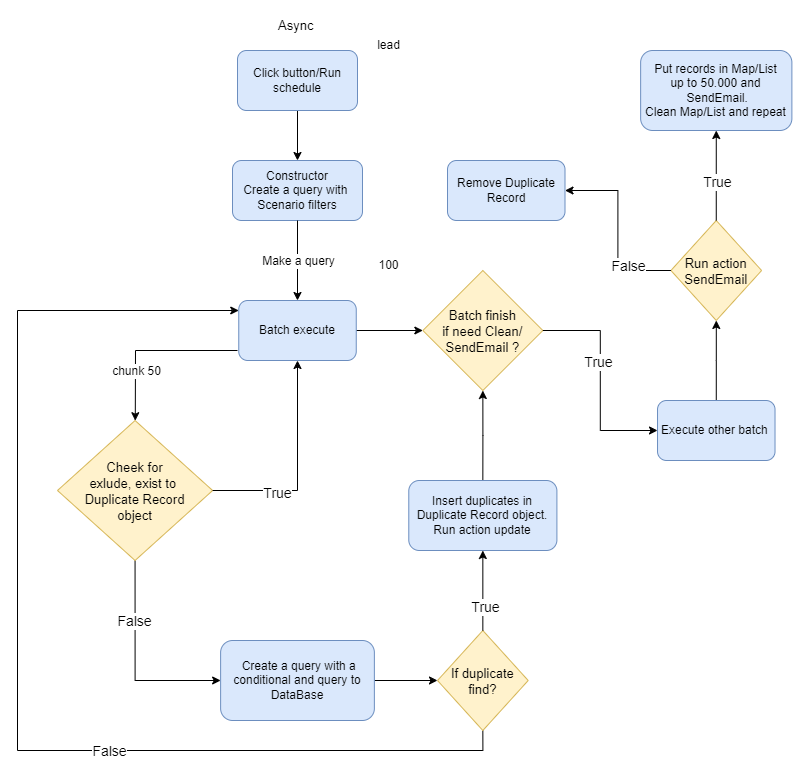
Before: assets/search-duplicates-async.png, a diagram exported from draw.io (vovantais/Presentation-Duplicates-Application). Source tidied: cells renumbered, new cells last; positions are measured from the earlier drawing's top-left corner, leaving out a move shared by most shapes.
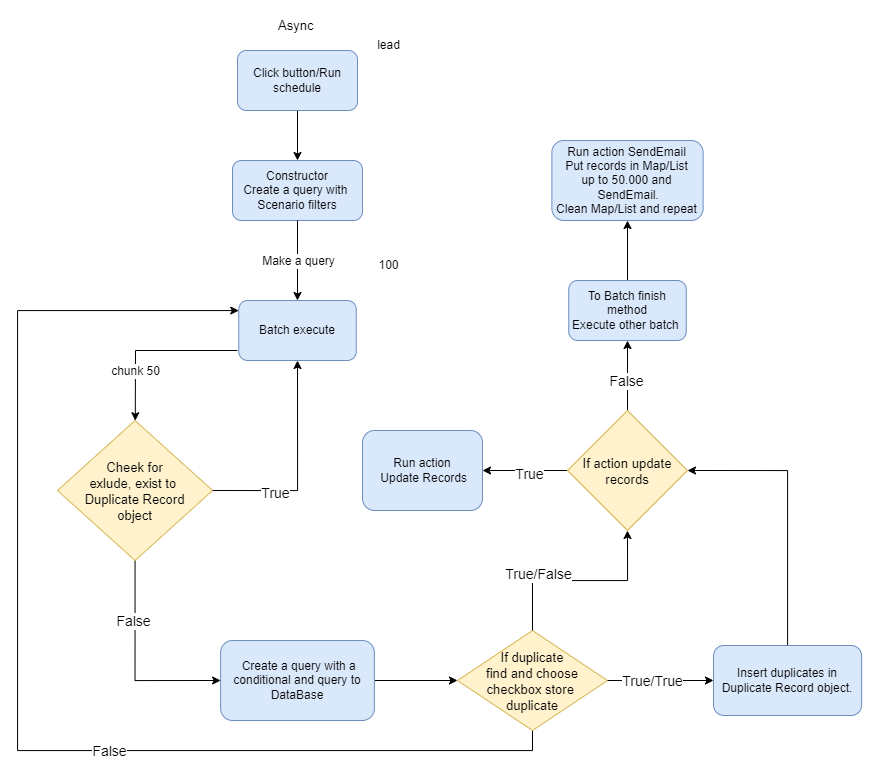
Above is the later version.

The edit, as a diff of the source:
```diff
@@ -11,9 +11,6 @@
     <mxCell id="4" value="Constructor&lt;br&gt;Create a query with&amp;nbsp;&lt;br&gt;Scenario filters" style="rounded=1;whiteSpace=wrap;html=1;fillColor=#DAE8FC;strokeColor=#6c8ebf;" parent="1" vertex="1">
       <mxGeometry x="215" y="150" width="130" height="60" as="geometry" />
     </mxCell>
-    <mxCell id="5" style="edgeStyle=orthogonalEdgeStyle;rounded=0;jettySize=auto;html=1;entryX=0;entryY=0.5;entryDx=0;entryDy=0;fontSize=12;fontColor=#000000;" parent="1" edge="1" source="6" target="25">
-      <mxGeometry relative="1" as="geometry" />
-    </mxCell>
     <mxCell id="6" value="Batch execute" style="rounded=1;whiteSpace=wrap;html=1;fillColor=#dae8fc;strokeColor=#6c8ebf;" parent="1" vertex="1">
       <mxGeometry x="221.2" y="290" width="117.5" height="60" as="geometry" />
     </mxCell>
@@ -36,12 +33,6 @@
         <mxPoint x="-16" y="20" as="offset" />
       </mxGeometry>
     </mxCell>
-    <mxCell id="11" style="edgeStyle=orthogonalEdgeStyle;rounded=0;jettySize=auto;html=1;exitX=0.5;exitY=0;exitDx=0;exitDy=0;entryX=0.5;entryY=1;entryDx=0;entryDy=0;fontSize=12;fontColor=#000000;" parent="1" edge="1" source="12" target="25">
-      <mxGeometry relative="1" as="geometry" />
-    </mxCell>
-    <mxCell id="12" value="&lt;font style=&quot;font-size: 12px;&quot;&gt;Insert duplicates in Duplicate Record object.&lt;br&gt;Run action update&lt;/font&gt;" style="rounded=1;whiteSpace=wrap;html=1;fillColor=#dae8fc;strokeColor=#6c8ebf;" parent="1" vertex="1">
-      <mxGeometry x="391.3" y="470" width="148.1" height="70" as="geometry" />
-    </mxCell>
     <mxCell id="13" style="endArrow=classic;html=1;rounded=0;fontFamily=Helvetica;fontSize=12;exitX=0.5;exitY=1;exitDx=0;exitDy=0;" parent="1" edge="1" source="4" target="6">
       <mxGeometry relative="1" as="geometry" />
     </mxCell>
@@ -72,70 +63,75 @@
     <mxCell id="22" value="Async&amp;nbsp;" style="text;html=1;align=center;verticalAlign=middle;strokeColor=none;fillColor=none;fontSize=13;" parent="1" vertex="1">
       <mxGeometry x="250" width="60" height="30" as="geometry" />
     </mxCell>
-    <mxCell id="23" style="edgeStyle=orthogonalEdgeStyle;rounded=0;jettySize=auto;html=1;exitX=0.5;exitY=0;exitDx=0;exitDy=0;" parent="1" edge="1" source="24" target="33">
-      <mxGeometry relative="1" as="geometry" />
-    </mxCell>
+    <mxCell id="40" style="edgeStyle=orthogonalEdgeStyle;rounded=0;jettySize=auto;html=1;exitX=0.5;exitY=0;exitDx=0;exitDy=0;entryX=0.5;entryY=1;entryDx=0;entryDy=0;" parent="1" edge="1" source="24" target="36">
+      <mxGeometry relative="1" as="geometry" />
+    </mxCell>
-    <mxCell id="24" value="Execute other batch&amp;nbsp;" style="rounded=1;whiteSpace=wrap;html=1;fillColor=#dae8fc;strokeColor=#6c8ebf;" parent="1" vertex="1">
-      <mxGeometry x="640" y="390" width="117.5" height="60" as="geometry" />
+    <mxCell id="24" value="To Batch finish method&lt;br&gt;Execute other batch&amp;nbsp;" style="rounded=1;whiteSpace=wrap;html=1;fillColor=#dae8fc;strokeColor=#6c8ebf;" parent="1" vertex="1">
+      <mxGeometry x="551.2" y="270" width="117.5" height="60" as="geometry" />
     </mxCell>
-    <mxCell id="25" value="Batch finish&#10;if need Clean/&#10;SendEmail ?" style="rhombus;fontSize=13;fillColor=#fff2cc;strokeColor=#d6b656;" parent="1" vertex="1">
-      <mxGeometry x="405.4" y="260" width="120" height="120" as="geometry" />
-    </mxCell>
-    <mxCell id="26" style="edgeStyle=orthogonalEdgeStyle;rounded=0;jettySize=auto;html=1;entryX=0;entryY=0.5;entryDx=0;entryDy=0;fontSize=14;exitX=1;exitY=0.5;exitDx=0;exitDy=0;" parent="1" edge="1" source="25" target="24">
-      <mxGeometry relative="1" as="geometry" />
-    </mxCell>
-    <mxCell id="27" value="True" style="edgeLabel;html=1;align=center;verticalAlign=middle;fontSize=14;" parent="26" vertex="1">
-      <mxGeometry x="-0.41" y="-2" relative="1" as="geometry">
-        <mxPoint x="-1" y="24" as="offset" />
-      </mxGeometry>
-    </mxCell>
     <mxCell id="28" style="edgeStyle=orthogonalEdgeStyle;rounded=0;jettySize=auto;html=1;exitX=0.5;exitY=1;exitDx=0;exitDy=0;fontSize=12;fontColor=#000000;" parent="1" edge="1" source="29" target="6">
       <mxGeometry relative="1" as="geometry">
         <Array as="points">
-          <mxPoint x="465" y="740" />
+          <mxPoint x="515" y="740" />
           <mxPoint y="740" />
           <mxPoint y="300" />
         </Array>
       </mxGeometry>
     </mxCell>
-    <mxCell id="29" value="If duplicate&#10;find?" style="rhombus;fontSize=13;fillColor=#fff2cc;strokeColor=#d6b656;" parent="1" vertex="1">
-      <mxGeometry x="420" y="620" width="90.7" height="100" as="geometry" />
+    <mxCell id="29" value="If duplicate&#10;find and choose&#10;checkbox store &#10;duplicate" style="rhombus;fontSize=13;fillColor=#fff2cc;strokeColor=#d6b656;" parent="1" vertex="1">
+      <mxGeometry x="440" y="620" width="150" height="100" as="geometry" />
     </mxCell>
-    <mxCell id="30" style="edgeStyle=orthogonalEdgeStyle;rounded=0;jettySize=auto;html=1;entryX=0.5;entryY=1;entryDx=0;entryDy=0;fontSize=14;exitX=0.5;exitY=0;exitDx=0;exitDy=0;" parent="1" edge="1" source="29" target="12">
+    <mxCell id="30" style="edgeStyle=orthogonalEdgeStyle;rounded=0;jettySize=auto;html=1;entryX=0.5;entryY=1;entryDx=0;entryDy=0;fontSize=14;exitX=0.5;exitY=0;exitDx=0;exitDy=0;" parent="1" edge="1" source="29" target="47">
       <mxGeometry relative="1" as="geometry" />
     </mxCell>
-    <mxCell id="31" value="True" style="edgeLabel;html=1;align=center;verticalAlign=middle;fontSize=14;" parent="30" vertex="1">
-      <mxGeometry x="-0.41" y="-2" relative="1" as="geometry" />
+    <mxCell id="31" value="True/False" style="edgeLabel;html=1;align=center;verticalAlign=middle;fontSize=14;" parent="30" vertex="1">
+      <mxGeometry x="-0.41" y="-2" relative="1" as="geometry">
+        <mxPoint x="-2" y="-9" as="offset" />
+      </mxGeometry>
     </mxCell>
     <mxCell id="32" value="False" style="edgeLabel;html=1;align=center;verticalAlign=middle;fontSize=14;" parent="1" vertex="1">
       <mxGeometry x="70" y="650" as="geometry">
         <mxPoint x="21" y="90" as="offset" />
       </mxGeometry>
     </mxCell>
-    <mxCell id="33" value="Run action&#10;SendEmail" style="rhombus;fontSize=13;fillColor=#fff2cc;strokeColor=#d6b656;" parent="1" vertex="1">
-      <mxGeometry x="653.4" y="210" width="90.7" height="100" as="geometry" />
-    </mxCell>
-    <mxCell id="34" style="edgeStyle=orthogonalEdgeStyle;rounded=0;jettySize=auto;html=1;fontSize=14;exitX=0.5;exitY=0;exitDx=0;exitDy=0;entryX=0.5;entryY=1;entryDx=0;entryDy=0;" parent="1" edge="1" source="33" target="36">
-      <mxGeometry relative="1" as="geometry" />
-    </mxCell>
-    <mxCell id="35" value="True" style="edgeLabel;html=1;align=center;verticalAlign=middle;fontSize=14;" parent="34" vertex="1">
-      <mxGeometry x="-0.41" y="-2" relative="1" as="geometry">
-        <mxPoint x="-2" y="-13" as="offset" />
-      </mxGeometry>
-    </mxCell>
-    <mxCell id="36" value="Put records in Map/List &lt;br&gt;up to 50.000 and&lt;br&gt;&amp;nbsp;SendEmail.&lt;br&gt;Clean Map/List and repeat" style="rounded=1;whiteSpace=wrap;html=1;fillColor=#dae8fc;strokeColor=#6c8ebf;" parent="1" vertex="1">
-      <mxGeometry x="623.1" y="40" width="151.2" height="80" as="geometry" />
+    <mxCell id="36" value="Run action SendEmail&lt;br&gt;Put records in Map/List &lt;br&gt;up to 50.000 and&lt;br&gt;&amp;nbsp;SendEmail.&lt;br&gt;Clean Map/List and repeat" style="rounded=1;whiteSpace=wrap;html=1;fillColor=#dae8fc;strokeColor=#6c8ebf;" parent="1" vertex="1">
+      <mxGeometry x="534.4" y="130" width="151.2" height="80" as="geometry" />
     </mxCell>
-    <mxCell id="37" style="edgeStyle=orthogonalEdgeStyle;rounded=0;jettySize=auto;html=1;fontSize=14;exitX=0;exitY=0.5;exitDx=0;exitDy=0;entryX=1;entryY=0.5;entryDx=0;entryDy=0;" parent="1" edge="1" source="33" target="39">
-      <mxGeometry relative="1" as="geometry" />
-    </mxCell>
+    <mxCell id="41" style="edgeStyle=orthogonalEdgeStyle;rounded=0;jettySize=auto;html=1;exitX=0.5;exitY=0;exitDx=0;exitDy=0;entryX=1;entryY=0.5;entryDx=0;entryDy=0;" parent="1" edge="1" source="42" target="47">
+      <mxGeometry relative="1" as="geometry" />
+    </mxCell>
+    <mxCell id="42" value="&lt;font style=&quot;font-size: 12px;&quot;&gt;&lt;br&gt;Insert duplicates in Duplicate Record object.&lt;br&gt;&lt;br&gt;&lt;/font&gt;" style="rounded=1;whiteSpace=wrap;html=1;fillColor=#dae8fc;strokeColor=#6c8ebf;" parent="1" vertex="1">
+      <mxGeometry x="696" y="635" width="148.1" height="70" as="geometry" />
+    </mxCell>
+    <mxCell id="43" style="edgeStyle=orthogonalEdgeStyle;rounded=0;jettySize=auto;html=1;entryX=0;entryY=0.5;entryDx=0;entryDy=0;fontSize=14;exitX=1;exitY=0.5;exitDx=0;exitDy=0;" parent="1" edge="1" source="29" target="42">
+      <mxGeometry relative="1" as="geometry" />
+    </mxCell>
+    <mxCell id="44" value="True/True" style="edgeLabel;html=1;align=center;verticalAlign=middle;fontSize=14;" parent="43" vertex="1">
+      <mxGeometry x="-0.41" y="-2" relative="1" as="geometry">
+        <mxPoint x="14" y="-2" as="offset" />
+      </mxGeometry>
+    </mxCell>
+    <mxCell id="45" style="edgeStyle=orthogonalEdgeStyle;rounded=0;jettySize=auto;html=1;exitX=0;exitY=0.5;exitDx=0;exitDy=0;entryX=1;entryY=0.5;entryDx=0;entryDy=0;" parent="1" edge="1" source="47" target="48">
+      <mxGeometry relative="1" as="geometry" />
+    </mxCell>
+    <mxCell id="46" style="edgeStyle=orthogonalEdgeStyle;rounded=0;jettySize=auto;html=1;exitX=0.5;exitY=0;exitDx=0;exitDy=0;entryX=0.5;entryY=1;entryDx=0;entryDy=0;" parent="1" edge="1" source="47" target="24">
+      <mxGeometry relative="1" as="geometry" />
+    </mxCell>
+    <mxCell id="47" value="If action update&#10;records" style="rhombus;fontSize=13;fillColor=#fff2cc;strokeColor=#d6b656;" parent="1" vertex="1">
+      <mxGeometry x="550" y="400" width="120" height="120" as="geometry" />
+    </mxCell>
+    <mxCell id="48" value="Run action&lt;br&gt;&amp;nbsp;Update Records" style="rounded=1;whiteSpace=wrap;html=1;fillColor=#dae8fc;strokeColor=#6c8ebf;" parent="1" vertex="1">
+      <mxGeometry x="345" y="420" width="120" height="80" as="geometry" />
+    </mxCell>
+    <mxCell id="49" value="True" style="edgeLabel;html=1;align=center;verticalAlign=middle;fontSize=14;" parent="1" vertex="1">
+      <mxGeometry x="650" y="350" as="geometry">
+        <mxPoint x="-139" y="113" as="offset" />
+      </mxGeometry>
+    </mxCell>
-    <mxCell id="38" value="False" style="edgeLabel;html=1;align=center;verticalAlign=middle;fontSize=14;" parent="37" vertex="1">
-      <mxGeometry x="-0.41" y="-2" relative="1" as="geometry">
-        <mxPoint x="8" y="-4" as="offset" />
+    <mxCell id="38" value="False" style="edgeLabel;html=1;align=center;verticalAlign=middle;fontSize=14;" parent="1" vertex="1">
+      <mxGeometry x="221.3" y="620" as="geometry">
+        <mxPoint x="387" y="-250" as="offset" />
       </mxGeometry>
     </mxCell>
-    <mxCell id="39" value="Remove Duplicate&lt;br&gt;Record" style="rounded=1;whiteSpace=wrap;html=1;fillColor=#dae8fc;strokeColor=#6c8ebf;" parent="1" vertex="1">
-      <mxGeometry x="430" y="150" width="117.5" height="60" as="geometry" />
-    </mxCell>
   </root>
 </mxGraphModel>
```
